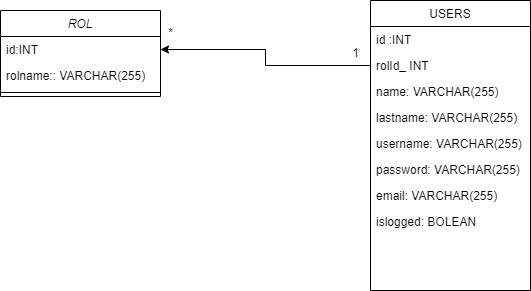
This is Server/UML.png from LeithOscar/InformaViesCat, a draw.io export, as it was before one commit. Source tidied: cells renumbered, new cells last; positions are measured from the earlier drawing's top-left corner, leaving out a move shared by most shapes.
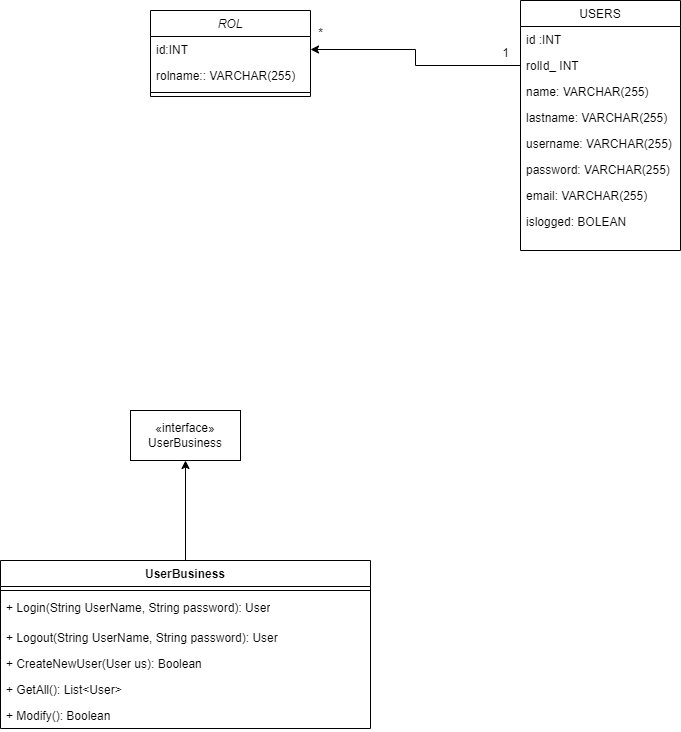
The same diagram one commit later.

The edit, as a diff of the source:
```diff
@@ -18,7 +18,7 @@
       <mxGeometry relative="1" as="geometry" />
     </mxCell>
     <mxCell id="7" value="USERS" style="swimlane;fontStyle=0;align=center;verticalAlign=top;horizontal=1;startSize=26;rounded=0;shadow=0;strokeWidth=1;" parent="1" vertex="1">
-      <mxGeometry x="370" width="160" height="290" as="geometry" />
+      <mxGeometry x="370" width="160" height="250" as="geometry" />
     </mxCell>
     <mxCell id="8" value="id :INT" style="text;align=left;verticalAlign=top;spacingLeft=4;spacingRight=4;overflow=hidden;" parent="7" vertex="1">
       <mxGeometry y="26" width="160" height="26" as="geometry" />
@@ -50,5 +50,32 @@
     <mxCell id="17" value="1" style="text;html=1;align=center;verticalAlign=middle;strokeColor=none;fillColor=none;" parent="1" vertex="1">
       <mxGeometry x="340" y="38" width="30" height="30" as="geometry" />
     </mxCell>
+    <mxCell id="18" style="edgeStyle=orthogonalEdgeStyle;rounded=0;jettySize=auto;html=1;exitX=0.5;exitY=0;exitDx=0;exitDy=0;" parent="1" edge="1" source="19" target="26">
+      <mxGeometry relative="1" as="geometry" />
+    </mxCell>
+    <mxCell id="19" value="UserBusiness" style="swimlane;fontStyle=1;align=center;verticalAlign=top;horizontal=1;startSize=26;whiteSpace=wrap;html=1;" parent="1" vertex="1">
+      <mxGeometry x="-150" y="560" width="370" height="168" as="geometry" />
+    </mxCell>
+    <mxCell id="20" style="line;strokeWidth=1;fillColor=none;align=left;verticalAlign=middle;spacingTop=-1;spacingLeft=3;spacingRight=3;labelPosition=right;strokeColor=inherit;" parent="19" vertex="1">
+      <mxGeometry y="26" width="370" height="8" as="geometry" />
+    </mxCell>
+    <mxCell id="21" value="+ Login(String UserName, String password): User" style="text;strokeColor=none;fillColor=none;align=left;verticalAlign=top;spacingLeft=4;spacingRight=4;overflow=hidden;whiteSpace=wrap;html=1;" parent="19" vertex="1">
+      <mxGeometry y="34" width="370" height="30" as="geometry" />
+    </mxCell>
+    <mxCell id="22" value="+ Logout(String UserName, String password): User" style="text;strokeColor=none;fillColor=none;align=left;verticalAlign=top;spacingLeft=4;spacingRight=4;overflow=hidden;whiteSpace=wrap;html=1;" parent="19" vertex="1">
+      <mxGeometry y="64" width="370" height="26" as="geometry" />
+    </mxCell>
+    <mxCell id="23" value="+ CreateNewUser(User us): Boolean" style="text;strokeColor=none;fillColor=none;align=left;verticalAlign=top;spacingLeft=4;spacingRight=4;overflow=hidden;whiteSpace=wrap;html=1;" parent="19" vertex="1">
+      <mxGeometry y="90" width="370" height="26" as="geometry" />
+    </mxCell>
+    <mxCell id="24" value="+ GetAll(): List&amp;lt;User&amp;gt;" style="text;strokeColor=none;fillColor=none;align=left;verticalAlign=top;spacingLeft=4;spacingRight=4;overflow=hidden;whiteSpace=wrap;html=1;" parent="19" vertex="1">
+      <mxGeometry y="116" width="370" height="26" as="geometry" />
+    </mxCell>
+    <mxCell id="25" value="+ Modify(): Boolean" style="text;strokeColor=none;fillColor=none;align=left;verticalAlign=top;spacingLeft=4;spacingRight=4;overflow=hidden;whiteSpace=wrap;html=1;" parent="19" vertex="1">
+      <mxGeometry y="142" width="370" height="26" as="geometry" />
+    </mxCell>
+    <mxCell id="26" value="«interface»&lt;br&gt;UserBusiness" style="html=1;whiteSpace=wrap;" parent="1" vertex="1">
+      <mxGeometry x="-20" y="410" width="110" height="50" as="geometry" />
+    </mxCell>
   </root>
 </mxGraphModel>
```
